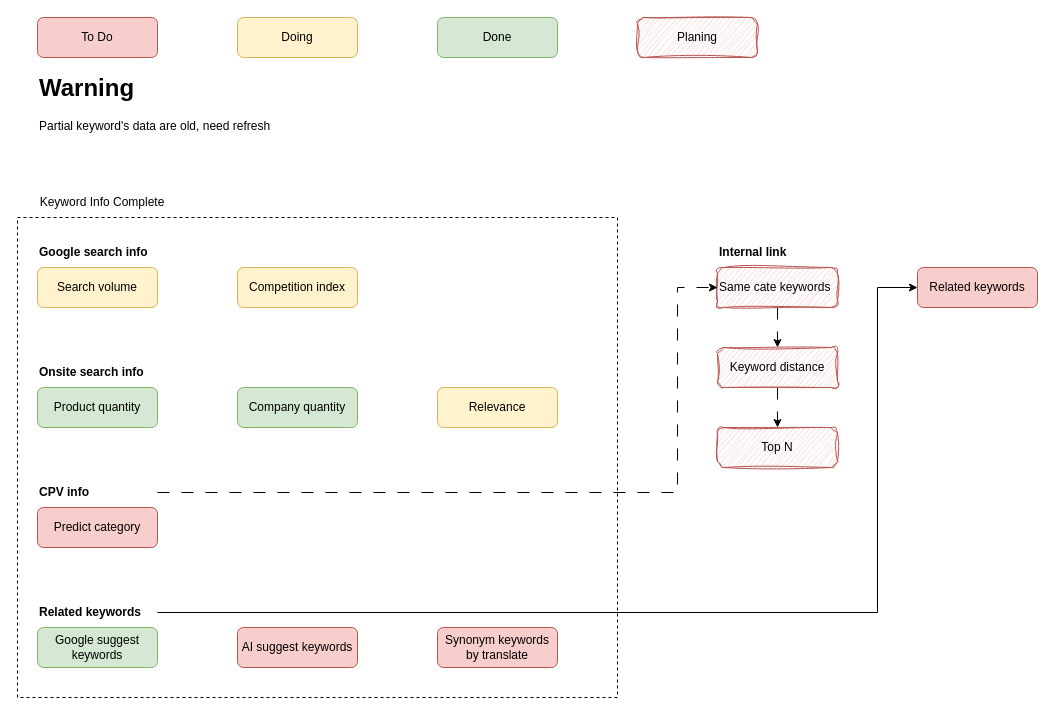
This is drawio/keyword_optimize.drawio from VisableHarry/seo-drawio, a draw.io file, before an edit. Source tidied: cells renumbered, new cells numbered last; positions are measured from the earlier drawing's top-left corner, leaving out a move shared by most shapes. Both pictures are drawn from the tidied source at 100%, with x=0, y=0 at pixel (17, 17).
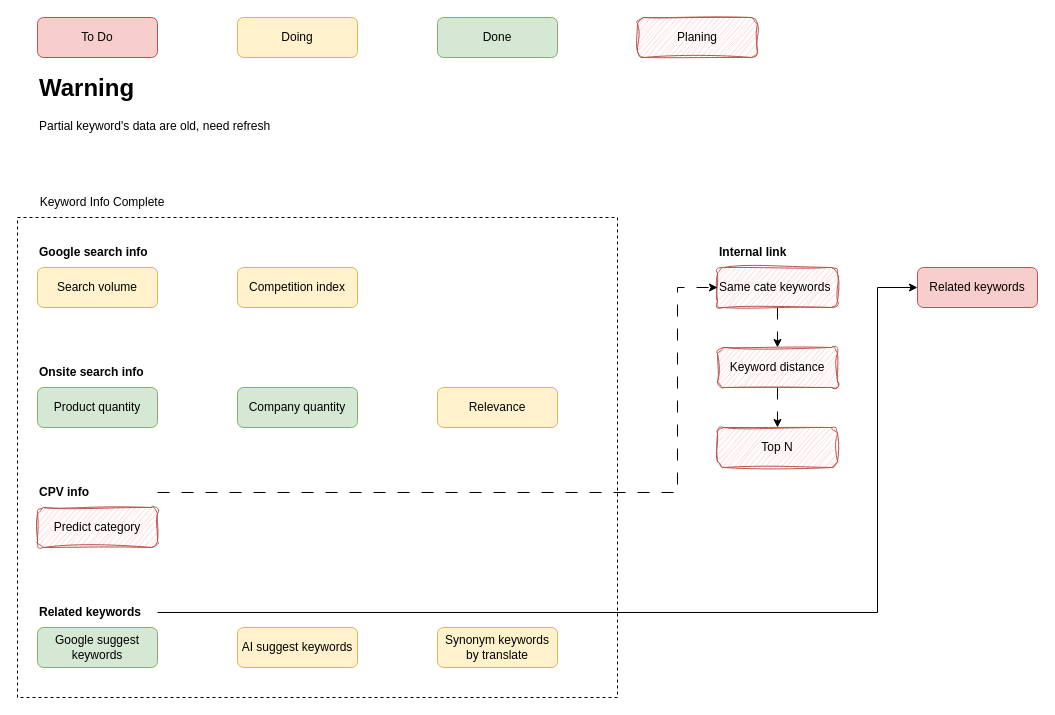
Above is the later version.

Change to the diagram source:
```diff
@@
+    <mxCell id="29" style="rounded=0;whiteSpace=wrap;html=1;fillColor=none;dashed=1;" parent="1" vertex="1">
+      <mxGeometry y="200" width="600" height="480" as="geometry" />
+    </mxCell>
@@
-    <mxCell id="7" value="AI suggest keywords" style="rounded=1;whiteSpace=wrap;html=1;fillColor=#f8cecc;strokeColor=#b85450;" parent="1" vertex="1">
+    <mxCell id="7" value="AI suggest keywords" style="rounded=1;whiteSpace=wrap;html=1;fillColor=#fff2cc;strokeColor=#d6b656;" parent="1" vertex="1">
       <mxGeometry x="220" y="610" width="120" height="40" as="geometry" />
     </mxCell>
@@
-    <mxCell id="19" value="Predict category" style="rounded=1;whiteSpace=wrap;html=1;fillColor=#f8cecc;strokeColor=#b85450;" parent="1" vertex="1">
+    <mxCell id="19" value="Predict category" style="rounded=1;whiteSpace=wrap;html=1;fillColor=#f8cecc;strokeColor=#b85450;sketch=1;curveFitting=1;jiggle=2;" parent="1" vertex="1">
       <mxGeometry x="20" y="490" width="120" height="40" as="geometry" />
     </mxCell>
@@
-    <mxCell id="28" value="Synonym keywords by translate" style="rounded=1;whiteSpace=wrap;html=1;fillColor=#f8cecc;strokeColor=#b85450;" parent="1" vertex="1">
+    <mxCell id="28" value="Synonym keywords by translate" style="rounded=1;whiteSpace=wrap;html=1;fillColor=#fff2cc;strokeColor=#d6b656;" parent="1" vertex="1">
       <mxGeometry x="420" y="610" width="120" height="40" as="geometry" />
     </mxCell>
-    <mxCell id="29" style="rounded=0;whiteSpace=wrap;html=1;fillColor=none;dashed=1;" parent="1" vertex="1">
-      <mxGeometry y="200" width="600" height="480" as="geometry" />
-    </mxCell>
```
